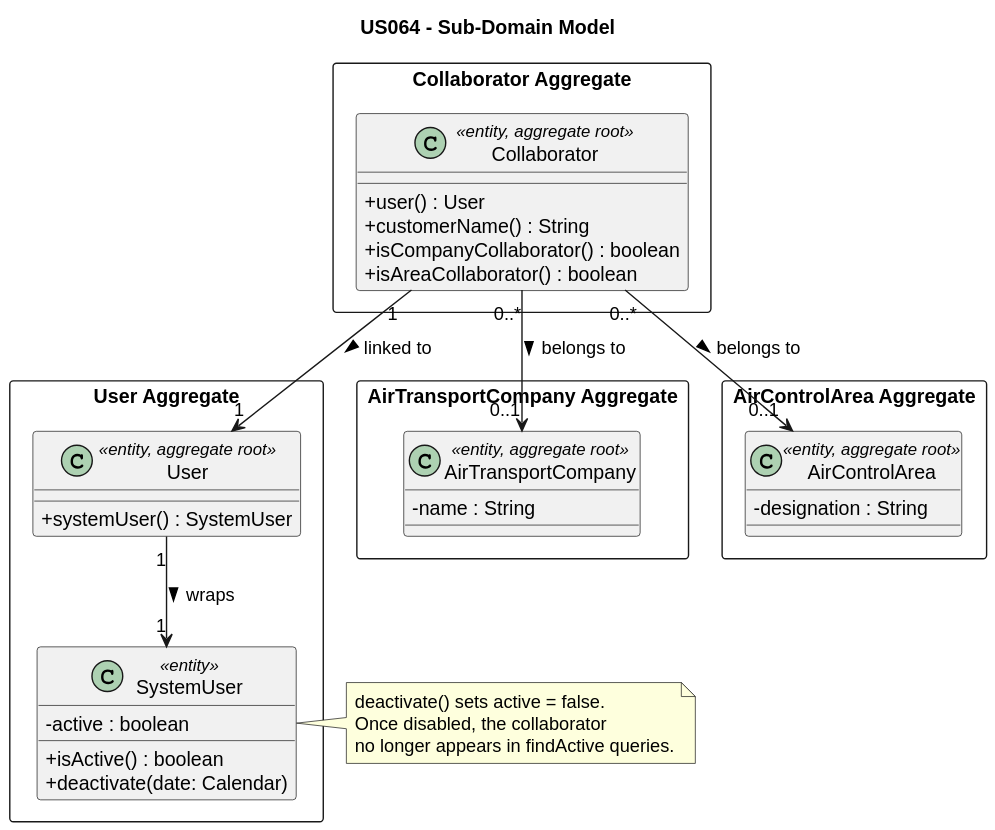
brunodspinto/aisafe keeps this PlantUML diagram as aisafe.base/docs/user-stories/us064/svg/US064-domain-model.svg. Above is the earlier version. Source of this version:
```plantuml
@startuml
skinparam shadowing false
skinparam classAttributeIconSize 0

title US064 - Sub-Domain Model

package "Collaborator Aggregate" <<Rectangle>> {
    class Collaborator <<entity, aggregate root>> {
        + user() : User
        + customerName() : String
        + isCompanyCollaborator() : boolean
        + isAreaCollaborator() : boolean
    }
}

package "User Aggregate" <<Rectangle>> {
    class User <<entity, aggregate root>> {
        + systemUser() : SystemUser
    }

    class SystemUser <<entity>> {
        - active : boolean
        + isActive() : boolean
        + deactivate(date: Calendar)
    }

    User "1" --> "1" SystemUser : "wraps >"
}

package "AirTransportCompany Aggregate" <<Rectangle>> {
    class AirTransportCompany <<entity, aggregate root>> {
        - name : String
    }
}

package "AirControlArea Aggregate" <<Rectangle>> {
    class AirControlArea <<entity, aggregate root>> {
        - designation : String
    }
}

Collaborator "1" --> "1" User : "linked to >"
Collaborator "0..*" --> "0..1" AirTransportCompany : "belongs to >"
Collaborator "0..*" --> "0..1" AirControlArea : "belongs to >"

note right of SystemUser
  deactivate() sets active = false.
  Once disabled, the collaborator
  no longer appears in findActive queries.
end note
@enduml
```
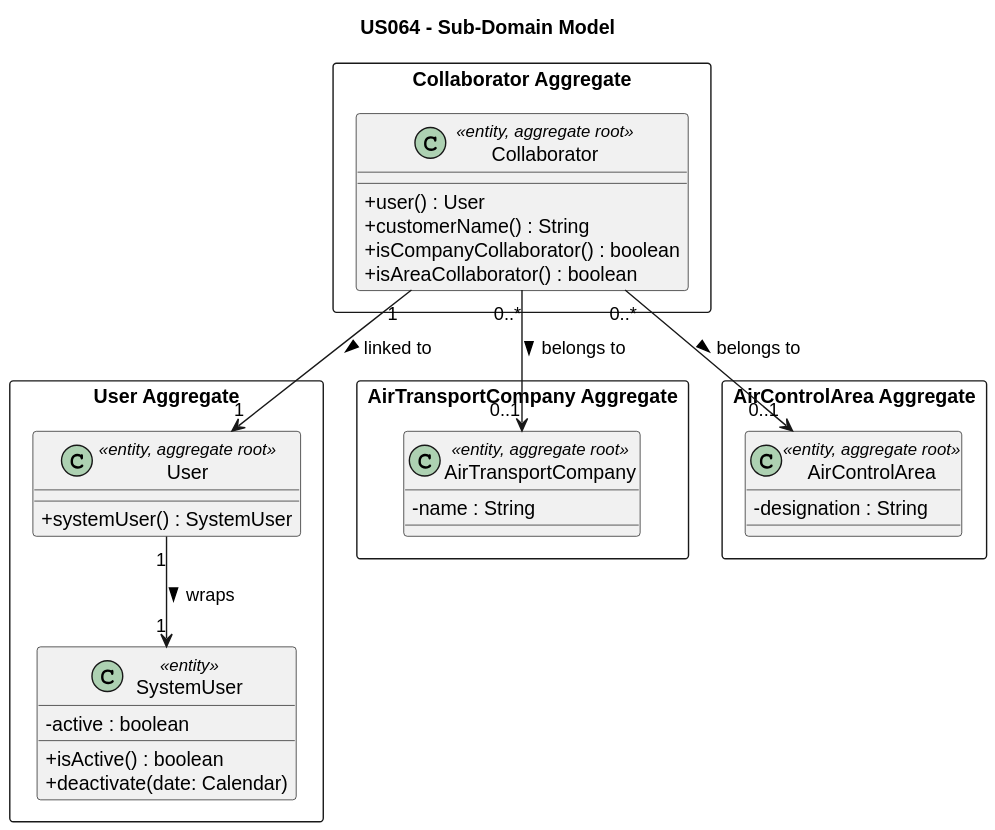
The same diagram one commit later.

Commit message:
update US064 domain model and add 2 concepts to glossary

What changed in the source:
```diff
@@ -42,10 +42,4 @@
 Collaborator "1" --> "1" User : "linked to >"
 Collaborator "0..*" --> "0..1" AirTransportCompany : "belongs to >"
 Collaborator "0..*" --> "0..1" AirControlArea : "belongs to >"
-
-note right of SystemUser
-  deactivate() sets active = false.
-  Once disabled, the collaborator
-  no longer appears in findActive queries.
-end note
 @enduml
```
